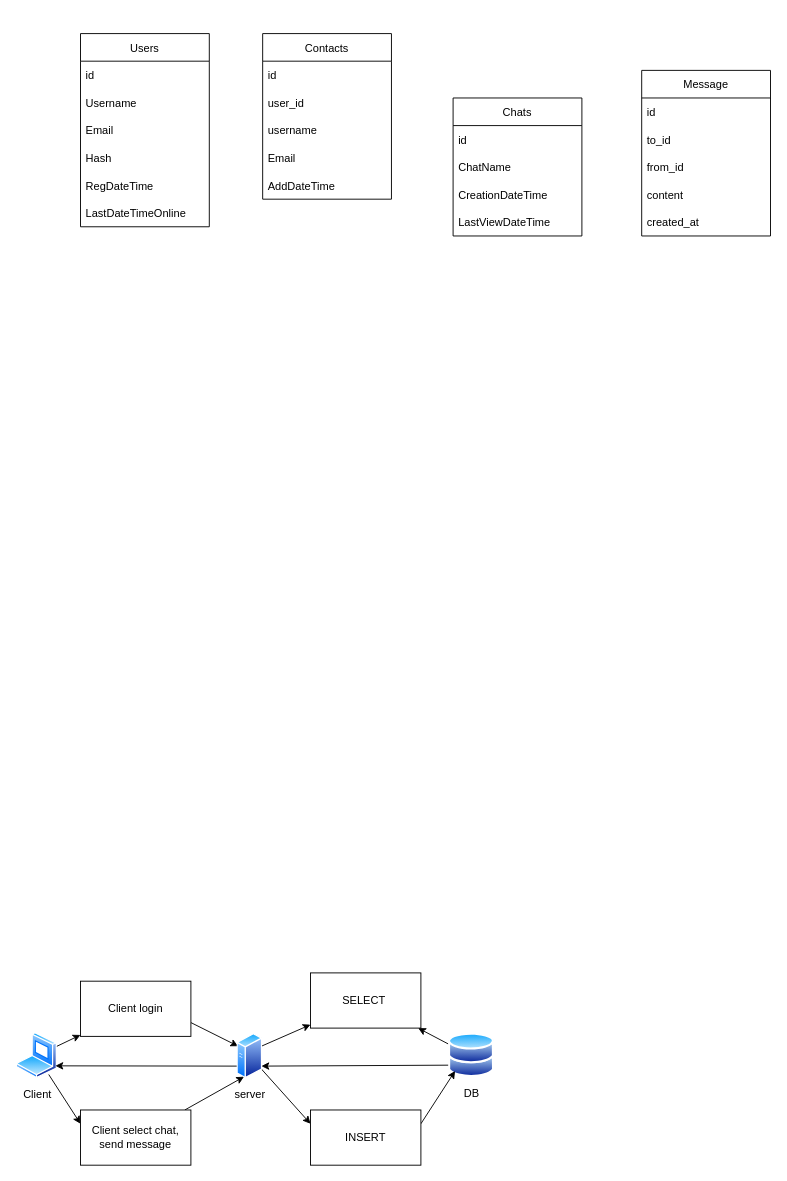
Earlier version of the draw.io diagram page "Simplify" (4 of 6) of Resources/DB.drawio (Plasmat1x/CourseProjectCS2). Source tidied: cells renumbered, new cells numbered last; positions are measured from the earlier drawing's top-left corner, leaving out a move shared by most shapes. Both pictures are drawn from the tidied source at 92%, with x=0, y=0 at pixel (16, 33).
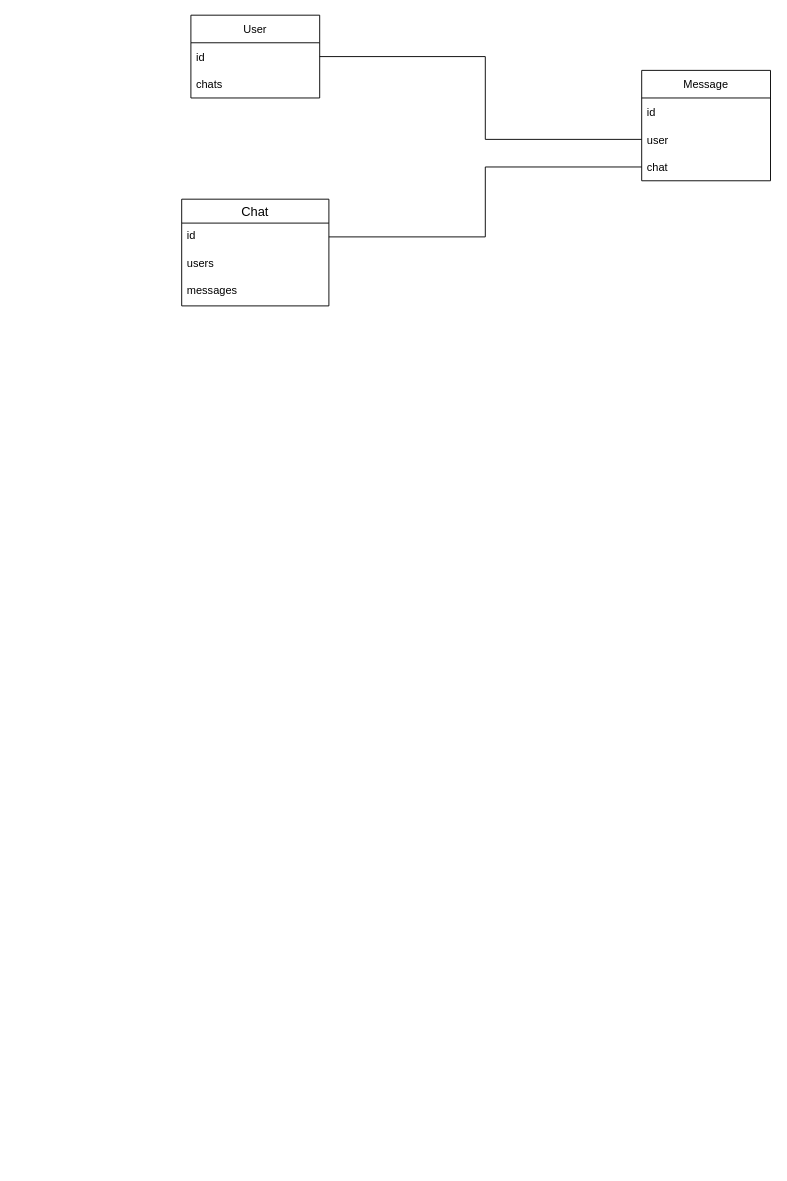
After the change.

Change to the diagram source:
```diff
@@
-    <mxCell id="2" value="Users" style="swimlane;fontStyle=0;horizontal=1;startSize=30;fontSize=12;" parent="1" vertex="1">
-      <mxGeometry x="70" width="140" height="210" as="geometry" />
-    </mxCell>
-    <mxCell id="3" value="id" style="text;strokeColor=none;fillColor=none;align=left;verticalAlign=middle;spacingLeft=4;spacingRight=4;overflow=hidden;fontSize=12;" parent="2" vertex="1">
-      <mxGeometry y="30" width="140" height="30" as="geometry" />
-    </mxCell>
-    <mxCell id="4" value="Username" style="text;strokeColor=none;fillColor=none;align=left;verticalAlign=middle;spacingLeft=4;spacingRight=4;overflow=hidden;fontSize=12;" parent="2" vertex="1">
-      <mxGeometry y="60" width="140" height="30" as="geometry" />
-    </mxCell>
-    <mxCell id="5" value="Email" style="text;strokeColor=none;fillColor=none;align=left;verticalAlign=middle;spacingLeft=4;spacingRight=4;overflow=hidden;fontSize=12;" parent="2" vertex="1">
-      <mxGeometry y="90" width="140" height="30" as="geometry" />
-    </mxCell>
-    <mxCell id="6" value="Hash" style="text;strokeColor=none;fillColor=none;align=left;verticalAlign=middle;spacingLeft=4;spacingRight=4;overflow=hidden;fontSize=12;" parent="2" vertex="1">
-      <mxGeometry y="120" width="140" height="30" as="geometry" />
-    </mxCell>
-    <mxCell id="7" value="RegDateTime" style="text;strokeColor=none;fillColor=none;align=left;verticalAlign=middle;spacingLeft=4;spacingRight=4;overflow=hidden;fontSize=12;" parent="2" vertex="1">
-      <mxGeometry y="150" width="140" height="30" as="geometry" />
-    </mxCell>
-    <mxCell id="8" value="LastDateTimeOnline" style="text;strokeColor=none;fillColor=none;align=left;verticalAlign=middle;spacingLeft=4;spacingRight=4;overflow=hidden;fontSize=12;" parent="2" vertex="1">
-      <mxGeometry y="180" width="140" height="30" as="geometry" />
-    </mxCell>
+    <mxCell id="43" style="edgeStyle=orthogonalEdgeStyle;rounded=0;jettySize=auto;html=1;endArrow=none;endFill=0;exitX=0;exitY=0.5;exitDx=0;exitDy=0;" parent="1" edge="1" source="45" target="47">
+      <mxGeometry relative="1" as="geometry">
+        <Array as="points">
+          <mxPoint x="510" y="115" />
+          <mxPoint x="510" y="25" />
+        </Array>
+      </mxGeometry>
+    </mxCell>
-    <mxCell id="9" value="Message" style="swimlane;fontStyle=0;horizontal=1;startSize=30;fontSize=12;" parent="1" vertex="1">
-      <mxGeometry x="680" y="40" width="140" height="180" as="geometry" />
+    <mxCell id="9" value="Message" style="swimlane;fontStyle=0;horizontal=1;startSize=30;" parent="1" vertex="1">
+      <mxGeometry x="680" y="40" width="140" height="120" as="geometry" />
     </mxCell>
-    <mxCell id="10" value="id" style="text;strokeColor=none;fillColor=none;align=left;verticalAlign=middle;spacingLeft=4;spacingRight=4;overflow=hidden;fontSize=12;" parent="9" vertex="1">
-      <mxGeometry y="30" width="140" height="30" as="geometry" />
-    </mxCell>
-    <mxCell id="11" value="to_id" style="text;strokeColor=none;fillColor=none;align=left;verticalAlign=middle;spacingLeft=4;spacingRight=4;overflow=hidden;fontSize=12;" parent="9" vertex="1">
-      <mxGeometry y="60" width="140" height="30" as="geometry" />
-    </mxCell>
-    <mxCell id="12" value="from_id" style="text;strokeColor=none;fillColor=none;align=left;verticalAlign=middle;spacingLeft=4;spacingRight=4;overflow=hidden;fontSize=12;" parent="9" vertex="1">
-      <mxGeometry y="90" width="140" height="30" as="geometry" />
-    </mxCell>
-    <mxCell id="13" value="content" style="text;strokeColor=none;fillColor=none;align=left;verticalAlign=middle;spacingLeft=4;spacingRight=4;overflow=hidden;fontSize=12;" parent="9" vertex="1">
-      <mxGeometry y="120" width="140" height="30" as="geometry" />
-    </mxCell>
-    <mxCell id="14" value="created_at" style="text;strokeColor=none;fillColor=none;align=left;verticalAlign=middle;spacingLeft=4;spacingRight=4;overflow=hidden;fontSize=12;" parent="9" vertex="1">
-      <mxGeometry y="150" width="140" height="30" as="geometry" />
-    </mxCell>
-    <mxCell id="15" style="edgeStyle=none;rounded=0;jettySize=auto;html=1;entryX=0;entryY=0.25;entryDx=0;entryDy=0;fontSize=12;exitX=1;exitY=0.75;exitDx=0;exitDy=0;" parent="1" edge="1" source="16" target="27">
-      <mxGeometry relative="1" as="geometry" />
-    </mxCell>
-    <mxCell id="16" value="Client login" style="whiteSpace=wrap;html=1;fontSize=12;" parent="1" vertex="1">
-      <mxGeometry x="70" y="1030" width="120" height="60" as="geometry" />
-    </mxCell>
-    <mxCell id="17" style="edgeStyle=none;rounded=0;jettySize=auto;html=1;fontSize=12;exitX=1;exitY=0.25;exitDx=0;exitDy=0;" parent="1" edge="1" source="27" target="21">
-      <mxGeometry relative="1" as="geometry" />
-    </mxCell>
-    <mxCell id="18" style="edgeStyle=none;rounded=0;jettySize=auto;html=1;fontSize=12;entryX=1;entryY=0.75;entryDx=0;entryDy=0;exitX=0;exitY=0.75;exitDx=0;exitDy=0;" parent="1" edge="1" source="20" target="27">
-      <mxGeometry relative="1" as="geometry" />
-    </mxCell>
-    <mxCell id="19" style="edgeStyle=none;rounded=0;jettySize=auto;html=1;fontSize=12;exitX=0;exitY=0.25;exitDx=0;exitDy=0;" parent="1" edge="1" source="20" target="21">
-      <mxGeometry relative="1" as="geometry" />
-    </mxCell>
-    <mxCell id="20" value="DB" style="perimeter=ellipsePerimeter;html=1;align=center;shadow=0;dashed=0;spacingTop=3;image;image=img/lib/active_directory/databases.svg;fontSize=12;" parent="1" vertex="1">
-      <mxGeometry x="470" y="1086" width="50" height="49" as="geometry" />
-    </mxCell>
-    <mxCell id="21" value="SELECT&amp;nbsp;" style="whiteSpace=wrap;html=1;fontSize=12;" parent="1" vertex="1">
-      <mxGeometry x="320" y="1021" width="120" height="60" as="geometry" />
-    </mxCell>
-    <mxCell id="22" style="edgeStyle=none;rounded=0;jettySize=auto;html=1;fontSize=12;" parent="1" edge="1" source="24" target="16">
-      <mxGeometry relative="1" as="geometry" />
-    </mxCell>
-    <mxCell id="23" style="edgeStyle=none;rounded=0;jettySize=auto;html=1;entryX=0;entryY=0.25;entryDx=0;entryDy=0;fontSize=12;" parent="1" edge="1" source="24" target="29">
-      <mxGeometry relative="1" as="geometry" />
-    </mxCell>
-    <mxCell id="24" value="Client" style="perimeter=ellipsePerimeter;html=1;align=center;shadow=0;dashed=0;spacingTop=3;image;image=img/lib/active_directory/laptop_client.svg;fontSize=12;" parent="1" vertex="1">
-      <mxGeometry y="1086" width="45" height="50" as="geometry" />
-    </mxCell>
-    <mxCell id="25" style="edgeStyle=none;rounded=0;jettySize=auto;html=1;entryX=1;entryY=0.75;entryDx=0;entryDy=0;fontSize=12;exitX=0;exitY=0.75;exitDx=0;exitDy=0;" parent="1" edge="1" source="27" target="24">
-      <mxGeometry relative="1" as="geometry" />
-    </mxCell>
-    <mxCell id="26" style="edgeStyle=none;rounded=0;jettySize=auto;html=1;entryX=0;entryY=0.25;entryDx=0;entryDy=0;fontSize=12;" parent="1" edge="1" source="27" target="31">
-      <mxGeometry relative="1" as="geometry" />
-    </mxCell>
-    <mxCell id="27" value="server" style="perimeter=ellipsePerimeter;html=1;align=center;shadow=0;dashed=0;spacingTop=3;image;image=img/lib/active_directory/generic_server.svg;fontSize=12;" parent="1" vertex="1">
-      <mxGeometry x="240" y="1086.5" width="28" height="50" as="geometry" />
-    </mxCell>
-    <mxCell id="28" style="edgeStyle=none;rounded=0;jettySize=auto;html=1;fontSize=12;entryX=0.25;entryY=1;entryDx=0;entryDy=0;" parent="1" edge="1" source="29" target="27">
-      <mxGeometry relative="1" as="geometry" />
-    </mxCell>
-    <mxCell id="29" value="Client select chat,&lt;br&gt;send message" style="whiteSpace=wrap;html=1;fontSize=12;" parent="1" vertex="1">
-      <mxGeometry x="70" y="1170" width="120" height="60" as="geometry" />
-    </mxCell>
-    <mxCell id="30" style="edgeStyle=none;rounded=0;jettySize=auto;html=1;entryX=0;entryY=1;entryDx=0;entryDy=0;fontSize=12;exitX=1;exitY=0.25;exitDx=0;exitDy=0;" parent="1" edge="1" source="31" target="20">
-      <mxGeometry relative="1" as="geometry" />
-    </mxCell>
-    <mxCell id="31" value="INSERT" style="whiteSpace=wrap;html=1;fontSize=12;" parent="1" vertex="1">
-      <mxGeometry x="320" y="1170" width="120" height="60" as="geometry" />
-    </mxCell>
-    <mxCell id="32" value="Chats" style="swimlane;fontStyle=0;horizontal=1;startSize=30;fontSize=12;" parent="1" vertex="1">
-      <mxGeometry x="475" y="70" width="140" height="150" as="geometry" />
-    </mxCell>
-    <mxCell id="33" value="id" style="text;strokeColor=none;fillColor=none;align=left;verticalAlign=middle;spacingLeft=4;spacingRight=4;overflow=hidden;fontSize=12;" parent="32" vertex="1">
-      <mxGeometry y="30" width="140" height="30" as="geometry" />
-    </mxCell>
-    <mxCell id="34" value="ChatName" style="text;strokeColor=none;fillColor=none;align=left;verticalAlign=middle;spacingLeft=4;spacingRight=4;overflow=hidden;fontSize=12;" parent="32" vertex="1">
-      <mxGeometry y="60" width="140" height="30" as="geometry" />
-    </mxCell>
-    <mxCell id="35" value="CreationDateTime" style="text;strokeColor=none;fillColor=none;align=left;verticalAlign=middle;spacingLeft=4;spacingRight=4;overflow=hidden;fontSize=12;" parent="32" vertex="1">
-      <mxGeometry y="90" width="140" height="30" as="geometry" />
-    </mxCell>
-    <mxCell id="36" value="LastViewDateTime" style="text;strokeColor=none;fillColor=none;align=left;verticalAlign=middle;spacingLeft=4;spacingRight=4;overflow=hidden;fontSize=12;" parent="32" vertex="1">
-      <mxGeometry y="120" width="140" height="30" as="geometry" />
-    </mxCell>
-    <mxCell id="37" value="Contacts" style="swimlane;fontStyle=0;horizontal=1;startSize=30;" parent="1" vertex="1">
-      <mxGeometry x="268" width="140" height="180" as="geometry" />
-    </mxCell>
-    <mxCell id="38" value="id" style="text;strokeColor=none;fillColor=none;align=left;verticalAlign=middle;spacingLeft=4;spacingRight=4;overflow=hidden;" parent="37" vertex="1">
-      <mxGeometry y="30" width="140" height="30" as="geometry" />
-    </mxCell>
-    <mxCell id="39" value="user_id" style="text;strokeColor=none;fillColor=none;align=left;verticalAlign=middle;spacingLeft=4;spacingRight=4;overflow=hidden;" parent="37" vertex="1">
-      <mxGeometry y="60" width="140" height="30" as="geometry" />
-    </mxCell>
-    <mxCell id="40" value="username" style="text;strokeColor=none;fillColor=none;align=left;verticalAlign=middle;spacingLeft=4;spacingRight=4;overflow=hidden;" parent="37" vertex="1">
-      <mxGeometry y="90" width="140" height="30" as="geometry" />
-    </mxCell>
-    <mxCell id="41" value="Email" style="text;strokeColor=none;fillColor=none;align=left;verticalAlign=middle;spacingLeft=4;spacingRight=4;overflow=hidden;" parent="37" vertex="1">
-      <mxGeometry y="120" width="140" height="30" as="geometry" />
-    </mxCell>
-    <mxCell id="42" value="AddDateTime" style="text;strokeColor=none;fillColor=none;align=left;verticalAlign=middle;spacingLeft=4;spacingRight=4;overflow=hidden;" parent="37" vertex="1">
-      <mxGeometry y="150" width="140" height="30" as="geometry" />
-    </mxCell>
+    <mxCell id="44" value="id" style="text;strokeColor=none;fillColor=none;align=left;verticalAlign=middle;spacingLeft=4;spacingRight=4;overflow=hidden;" parent="9" vertex="1">
+      <mxGeometry y="30" width="140" height="30" as="geometry" />
+    </mxCell>
+    <mxCell id="45" value="user" style="text;strokeColor=none;fillColor=none;align=left;verticalAlign=middle;spacingLeft=4;spacingRight=4;overflow=hidden;points=[[0,0.5],[1,0.5]];portConstraint=eastwest;" parent="9" vertex="1">
+      <mxGeometry y="60" width="140" height="30" as="geometry" />
+    </mxCell>
+    <mxCell id="46" value="chat" style="text;strokeColor=none;fillColor=none;align=left;verticalAlign=middle;spacingLeft=4;spacingRight=4;overflow=hidden;points=[[0,0.5],[1,0.5]];portConstraint=eastwest;" parent="9" vertex="1">
+      <mxGeometry y="90" width="140" height="30" as="geometry" />
+    </mxCell>
+    <mxCell id="47" value="User" style="swimlane;fontStyle=0;horizontal=1;startSize=30;" parent="1" vertex="1">
+      <mxGeometry x="190" y="-20" width="140" height="90" as="geometry" />
+    </mxCell>
+    <mxCell id="48" value="id" style="text;strokeColor=none;fillColor=none;align=left;verticalAlign=middle;spacingLeft=4;spacingRight=4;overflow=hidden;" parent="47" vertex="1">
+      <mxGeometry y="30" width="140" height="30" as="geometry" />
+    </mxCell>
+    <mxCell id="49" value="chats" style="text;strokeColor=none;fillColor=none;align=left;verticalAlign=middle;spacingLeft=4;spacingRight=4;overflow=hidden;" parent="47" vertex="1">
+      <mxGeometry y="60" width="140" height="30" as="geometry" />
+    </mxCell>
+    <mxCell id="50" value="Chat" style="swimlane;fontStyle=0;horizontal=1;startSize=26;align=center;fontSize=14;" parent="1" vertex="1">
+      <mxGeometry x="180" y="180" width="160" height="116" as="geometry" />
+    </mxCell>
+    <mxCell id="51" value="id" style="text;strokeColor=none;fillColor=none;spacingLeft=4;spacingRight=4;overflow=hidden;points=[[0,0.5],[1,0.5]];portConstraint=eastwest;fontSize=12;" parent="50" vertex="1">
+      <mxGeometry y="26" width="160" height="30" as="geometry" />
+    </mxCell>
+    <mxCell id="52" value="users" style="text;strokeColor=none;fillColor=none;spacingLeft=4;spacingRight=4;overflow=hidden;fontSize=12;" parent="50" vertex="1">
+      <mxGeometry y="56" width="160" height="30" as="geometry" />
+    </mxCell>
+    <mxCell id="53" value="messages" style="text;strokeColor=none;fillColor=none;spacingLeft=4;spacingRight=4;overflow=hidden;fontSize=12;" parent="50" vertex="1">
+      <mxGeometry y="86" width="160" height="30" as="geometry" />
+    </mxCell>
+    <mxCell id="54" style="edgeStyle=orthogonalEdgeStyle;rounded=0;jettySize=auto;html=1;entryX=0;entryY=0.5;entryDx=0;entryDy=0;endArrow=none;endFill=0;" parent="1" edge="1" source="51" target="46">
+      <mxGeometry relative="1" as="geometry" />
+    </mxCell>
```
